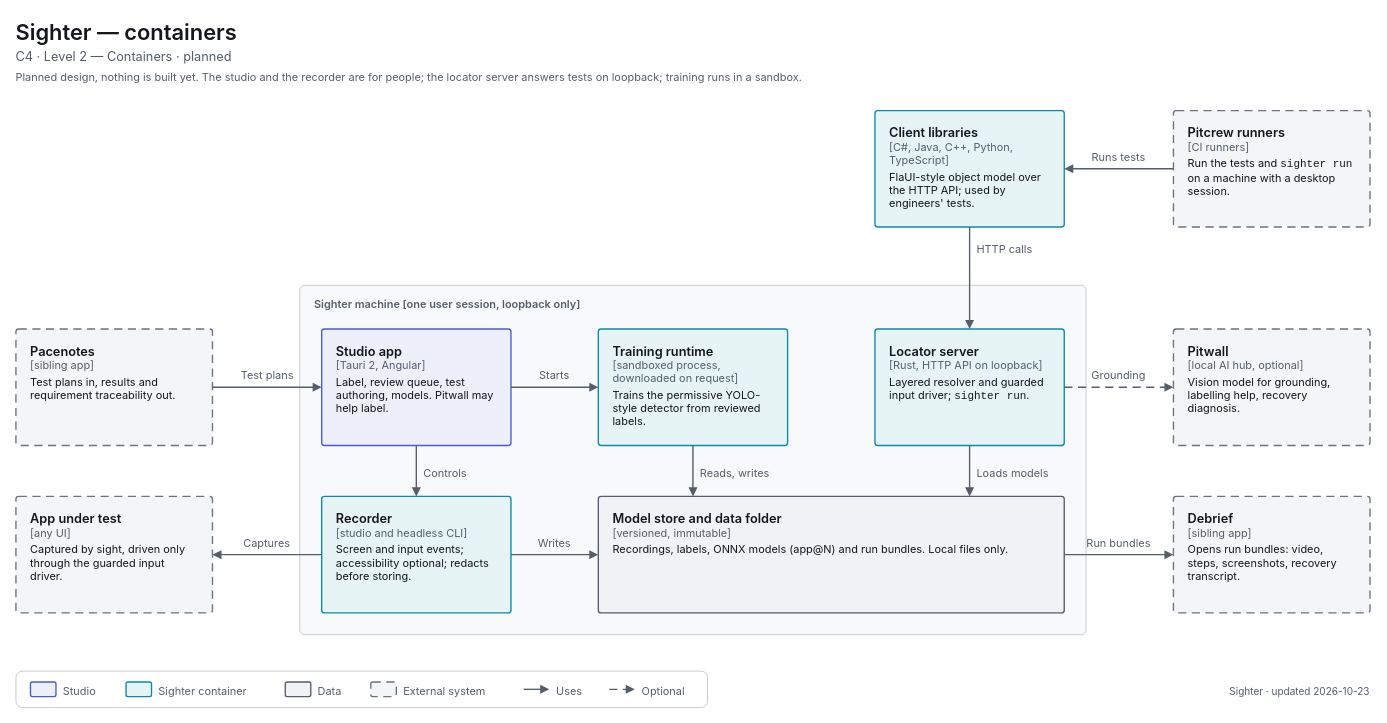
Earlier version of the draw.io diagram apps/sighter/docs/diagrams/c4-2-containers.drawio (decryp7/paddock). Source tidied: cells renumbered, new cells numbered last; positions are measured from the earlier drawing's top-left corner, leaving out a move shared by most shapes. Both pictures are drawn from the tidied source at 91%, with x=0, y=0 at pixel (15, 15).
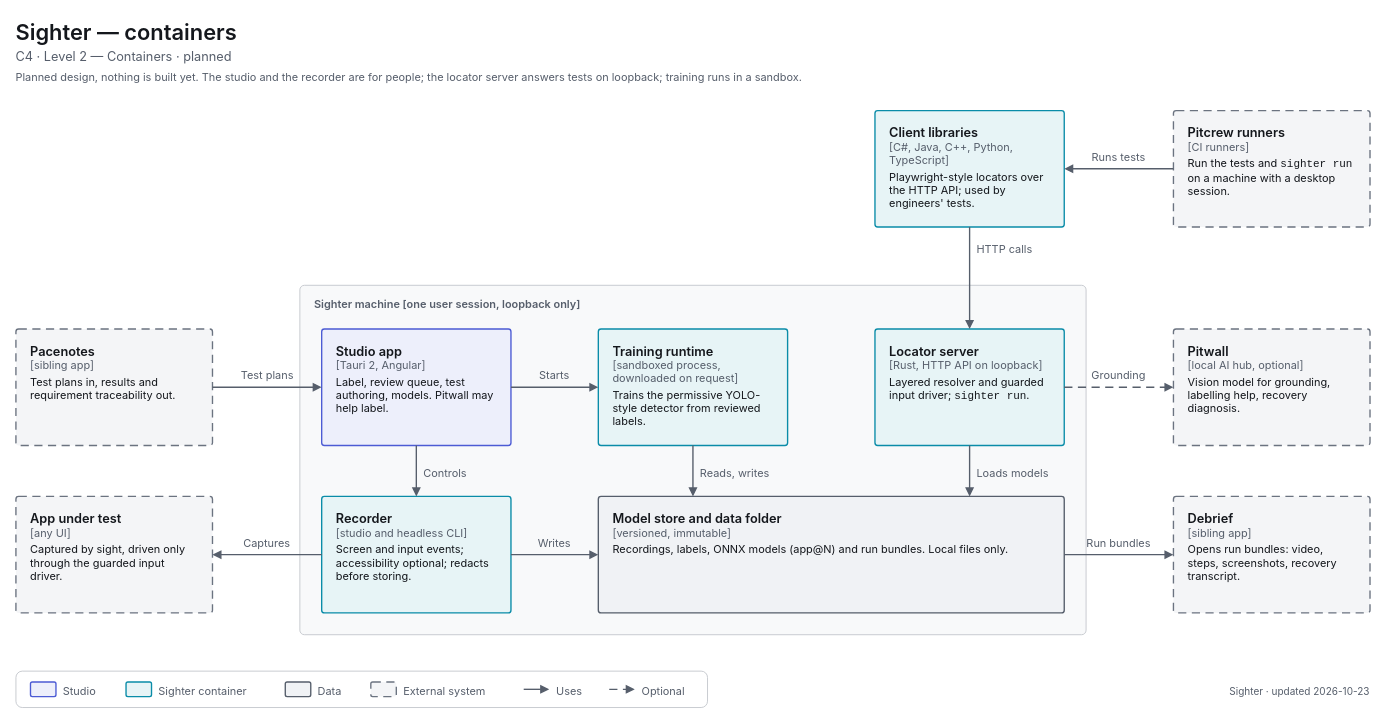
The same diagram, later.

The edit, as a diff of the source:
```diff
@@
-    <mxCell id="5" value="&lt;span style=&quot;font-size:14px;font-weight:600&quot;&gt;Client libraries&lt;/span&gt;&lt;br&gt;&lt;span style=&quot;font-size:12px;color:light-dark(#565E6B,#A0A7B2)&quot;&gt;[C#, Java, C++, Python, TypeScript]&lt;/span&gt;&lt;br&gt;&lt;div style=&quot;margin-top:4px;font-size:12px&quot;&gt;FlaUI-style object model over the HTTP API; used by engineers' tests.&lt;/div&gt;" style="html=1;whiteSpace=wrap;fontFamily=-apple-system,BlinkMacSystemFont,Segoe UI,system-ui,sans-serif;fontSize=12;fontColor=light-dark(#14171C,#ECEEF1);rounded=1;absoluteArcSize=1;arcSize=6;strokeWidth=1.5;strokeColor=light-dark(#0A8CA8,#00B8D9);fillColor=light-dark(#E7F4F6,#123139);align=left;verticalAlign=top;spacingLeft=14;spacingRight=14;spacingTop=10;spacingBottom=8;" parent="1" vertex="1">
+    <mxCell id="5" value="&lt;span style=&quot;font-size:14px;font-weight:600&quot;&gt;Client libraries&lt;/span&gt;&lt;br&gt;&lt;span style=&quot;font-size:12px;color:light-dark(#565E6B,#A0A7B2)&quot;&gt;[C#, Java, C++, Python, TypeScript]&lt;/span&gt;&lt;br&gt;&lt;div style=&quot;margin-top:4px;font-size:12px&quot;&gt;Playwright-style locators over the HTTP API; used by engineers' tests.&lt;/div&gt;" style="html=1;whiteSpace=wrap;fontFamily=-apple-system,BlinkMacSystemFont,Segoe UI,system-ui,sans-serif;fontSize=12;fontColor=light-dark(#14171C,#ECEEF1);rounded=1;absoluteArcSize=1;arcSize=6;strokeWidth=1.5;strokeColor=light-dark(#0A8CA8,#00B8D9);fillColor=light-dark(#E7F4F6,#123139);align=left;verticalAlign=top;spacingLeft=14;spacingRight=14;spacingTop=10;spacingBottom=8;" parent="1" vertex="1">
       <mxGeometry x="944" y="104" width="208" height="128" as="geometry" />
     </mxCell>
```
